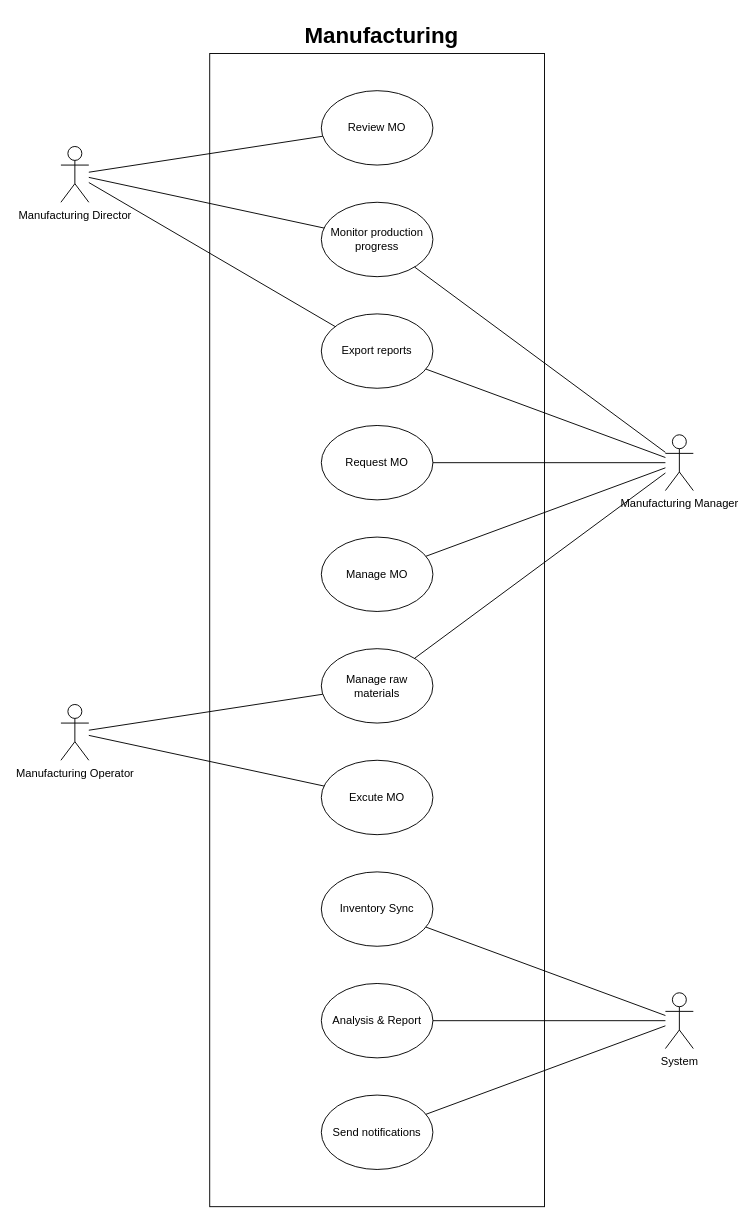
dinhquanelv/ypp4-documents keeps this draw.io diagram as inflow/use-case.drawio. Above is the earlier version. Source tidied: cells renumbered, new cells numbered last; positions are measured from the earlier drawing's top-left corner, leaving out a move shared by most shapes. Both pictures are drawn from the tidied source at 93%, with x=0, y=0 at pixel (60, 16).
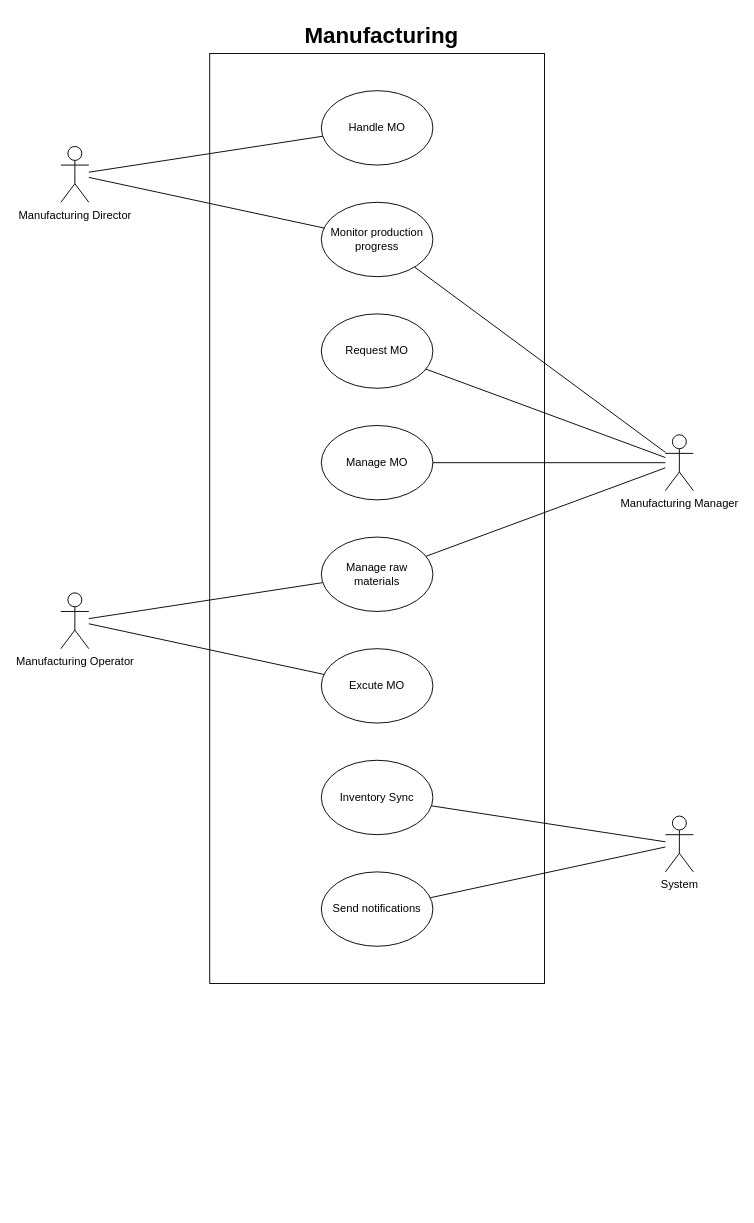
Above is the later version.

Commit message (it also covers changes not shown here):
update manufacturing use case

Unchanged cells that the change refers to:
```xml
<mxCell id="2" value="Manufacturing Director" style="shape=umlActor;verticalLabelPosition=bottom;verticalAlign=top;html=1;outlineConnect=0;" parent="1" vertex="1">
  <mxGeometry y="140" width="30" height="60" as="geometry" />
</mxCell>
<mxCell id="3" value="Manufacturing Manager" style="shape=umlActor;verticalLabelPosition=bottom;verticalAlign=top;html=1;outlineConnect=0;" parent="1" vertex="1">
  <mxGeometry x="650" y="450" width="30" height="60" as="geometry" />
</mxCell>
```

Change to the diagram source:
```diff
@@
+    <mxCell id="29" style="rounded=0;whiteSpace=wrap;html=1;fillColor=none;" parent="1" vertex="1">
+      <mxGeometry x="160" y="40" width="360" height="1000" as="geometry" />
+    </mxCell>
@@
     <mxCell id="4" value="Manufacturing Operator" style="shape=umlActor;verticalLabelPosition=bottom;verticalAlign=top;html=1;outlineConnect=0;" parent="1" vertex="1">
-      <mxGeometry y="740" width="30" height="60" as="geometry" />
+      <mxGeometry y="620" width="30" height="60" as="geometry" />
     </mxCell>
     <mxCell id="5" value="System" style="shape=umlActor;verticalLabelPosition=bottom;verticalAlign=top;html=1;outlineConnect=0;" parent="1" vertex="1">
-      <mxGeometry x="650" y="1050" width="30" height="60" as="geometry" />
+      <mxGeometry x="650" y="860" width="30" height="60" as="geometry" />
     </mxCell>
-    <mxCell id="6" value="Review MO" style="ellipse;whiteSpace=wrap;html=1;" parent="1" vertex="1">
+    <mxCell id="6" value="Handle MO" style="ellipse;whiteSpace=wrap;html=1;" parent="1" vertex="1">
       <mxGeometry x="280" y="80" width="120" height="80" as="geometry" />
     </mxCell>
@@
-    <mxCell id="8" value="Export reports" style="ellipse;whiteSpace=wrap;html=1;" parent="1" vertex="1">
-      <mxGeometry x="280" y="320" width="120" height="80" as="geometry" />
-    </mxCell>
     <mxCell id="9" value="Manage raw materials" style="ellipse;whiteSpace=wrap;html=1;" parent="1" vertex="1">
-      <mxGeometry x="280" y="680" width="120" height="80" as="geometry" />
+      <mxGeometry x="280" y="560" width="120" height="80" as="geometry" />
     </mxCell>
     <mxCell id="10" value="Manage MO" style="ellipse;whiteSpace=wrap;html=1;" parent="1" vertex="1">
-      <mxGeometry x="280" y="560" width="120" height="80" as="geometry" />
+      <mxGeometry x="280" y="440" width="120" height="80" as="geometry" />
     </mxCell>
     <mxCell id="11" value="Inventory Sync" style="ellipse;whiteSpace=wrap;html=1;" parent="1" vertex="1">
-      <mxGeometry x="280" y="920" width="120" height="80" as="geometry" />
+      <mxGeometry x="280" y="800" width="120" height="80" as="geometry" />
     </mxCell>
-    <mxCell id="12" value="Analysis &amp;amp; Report" style="ellipse;whiteSpace=wrap;html=1;" parent="1" vertex="1">
-      <mxGeometry x="280" y="1040" width="120" height="80" as="geometry" />
-    </mxCell>
     <mxCell id="13" value="Send notifications" style="ellipse;whiteSpace=wrap;html=1;" parent="1" vertex="1">
-      <mxGeometry x="280" y="1160" width="120" height="80" as="geometry" />
+      <mxGeometry x="280" y="920" width="120" height="80" as="geometry" />
     </mxCell>
     <mxCell id="14" value="Request MO" style="ellipse;whiteSpace=wrap;html=1;" parent="1" vertex="1">
-      <mxGeometry x="280" y="440" width="120" height="80" as="geometry" />
+      <mxGeometry x="280" y="320" width="120" height="80" as="geometry" />
     </mxCell>
     <mxCell id="15" value="Excute MO" style="ellipse;whiteSpace=wrap;html=1;" parent="1" vertex="1">
-      <mxGeometry x="280" y="800" width="120" height="80" as="geometry" />
+      <mxGeometry x="280" y="680" width="120" height="80" as="geometry" />
     </mxCell>
@@
-    <mxCell id="21" style="endArrow=none;html=1;rounded=0;" parent="1" edge="1" source="3" target="8">
-      <mxGeometry relative="1" as="geometry" />
-    </mxCell>
@@
-    <mxCell id="26" style="endArrow=none;html=1;rounded=0;" parent="1" edge="1" source="5" target="12">
-      <mxGeometry relative="1" as="geometry" />
-    </mxCell>
@@
-    <mxCell id="28" style="endArrow=none;html=1;rounded=0;" parent="1" edge="1" source="2" target="8">
-      <mxGeometry relative="1" as="geometry" />
-    </mxCell>
-    <mxCell id="29" style="rounded=0;whiteSpace=wrap;html=1;fillColor=none;" parent="1" vertex="1">
-      <mxGeometry x="160" y="40" width="360" height="1240" as="geometry" />
-    </mxCell>
```
